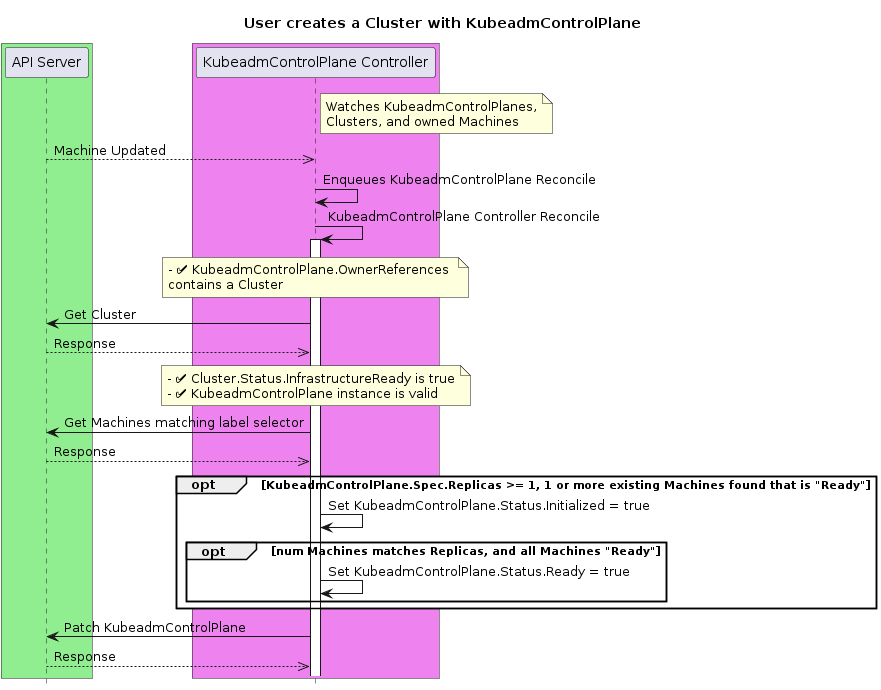
Before: docs/proposals/images/controlplane/controlplane-init-3.png, a diagram exported from PlantUML (kubernetes-sigs/cluster-api).
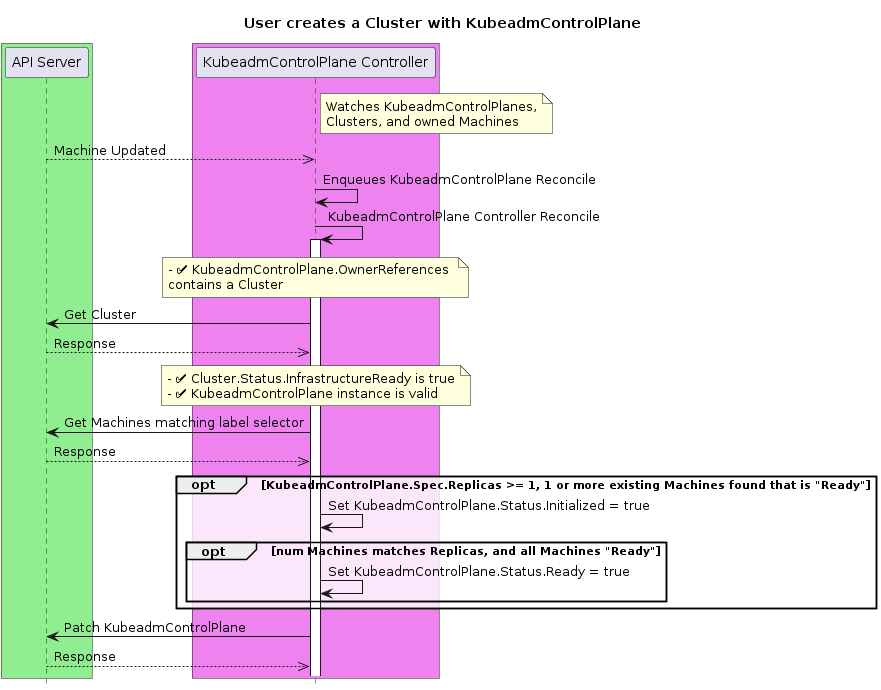
After the change.

What changed in the source:
```diff
@@ -30,7 +30,7 @@
 "KubeadmControlPlane Controller"->"API Server": Get Machines matching label selector
 "KubeadmControlPlane Controller"<<--"API Server": Response
 
-opt #white KubeadmControlPlane.Spec.Replicas >= 1, 1 or more existing Machines found that is "Ready"
+opt #FFFFFFCC KubeadmControlPlane.Spec.Replicas >= 1, 1 or more existing Machines found that is "Ready"
 
 "KubeadmControlPlane Controller"-> "KubeadmControlPlane Controller":Set KubeadmControlPlane.Status.Initialized = true
 
```
